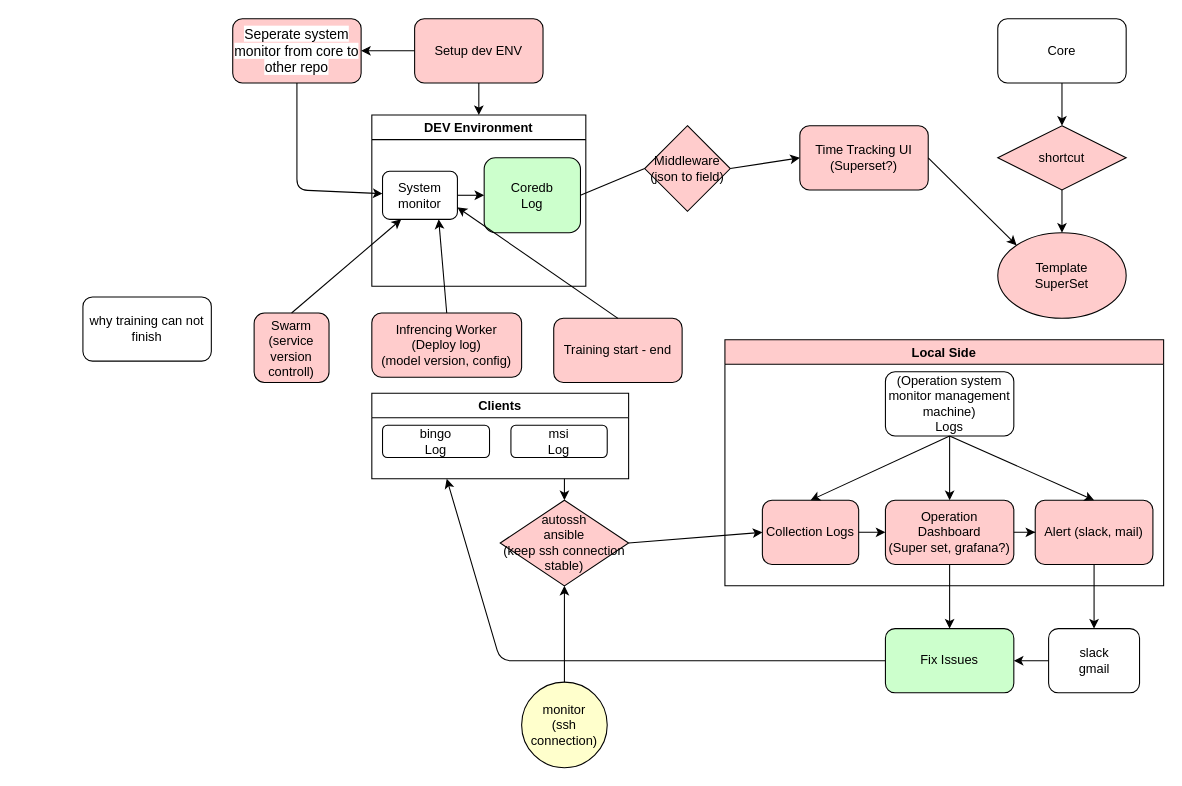
Above: System monitor.drawio in QAlexBall/diagrams (draw.io), before the change. Source tidied: cells renumbered, new cells numbered last; positions are measured from the earlier drawing's top-left corner, leaving out a move shared by most shapes. Both pictures are drawn from the tidied source at 107%, with x=0, y=0 at pixel (82, 18).
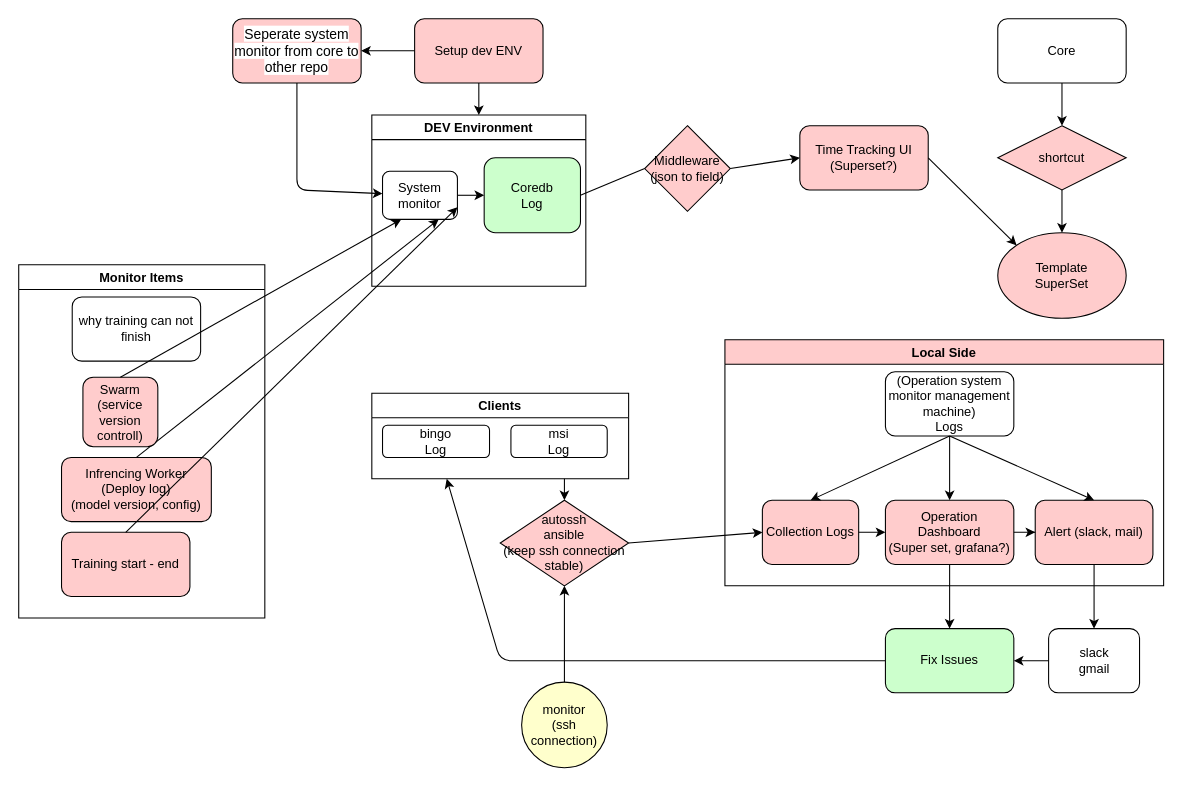
After the change.

The edit, as a diff of the source:
```diff
@@
     <mxCell id="16" value="Infrencing Worker&lt;br&gt;(Deploy log)&lt;br&gt;(model version, config)" style="rounded=1;whiteSpace=wrap;html=1;fillColor=#FFCCCC;" parent="1" vertex="1">
-      <mxGeometry x="270" y="275" width="140" height="60" as="geometry" />
+      <mxGeometry x="-20" y="410" width="140" height="60" as="geometry" />
     </mxCell>
@@
     <mxCell id="44" value="Training start - end" style="rounded=1;whiteSpace=wrap;html=1;fillColor=#FFCCCC;" parent="1" vertex="1">
-      <mxGeometry x="440" y="280" width="120" height="60" as="geometry" />
+      <mxGeometry x="-20" y="480" width="120" height="60" as="geometry" />
     </mxCell>
@@
     <mxCell id="46" value="why training can not finish" style="rounded=1;whiteSpace=wrap;html=1;fillColor=none;" parent="1" vertex="1">
-      <mxGeometry y="260" width="120" height="60" as="geometry" />
+      <mxGeometry x="-10" y="260" width="120" height="60" as="geometry" />
     </mxCell>
     <mxCell id="47" value="Swarm&lt;br&gt;(service version controll)" style="rounded=1;whiteSpace=wrap;html=1;fillColor=#FFCCCC;" parent="1" vertex="1">
-      <mxGeometry x="160" y="275" width="70" height="65" as="geometry" />
+      <mxGeometry y="335" width="70" height="65" as="geometry" />
     </mxCell>
@@
+    <mxCell id="52" value="Monitor Items" style="swimlane;" parent="1" vertex="1">
+      <mxGeometry x="-60" y="230" width="230" height="330" as="geometry" />
+    </mxCell>
```
